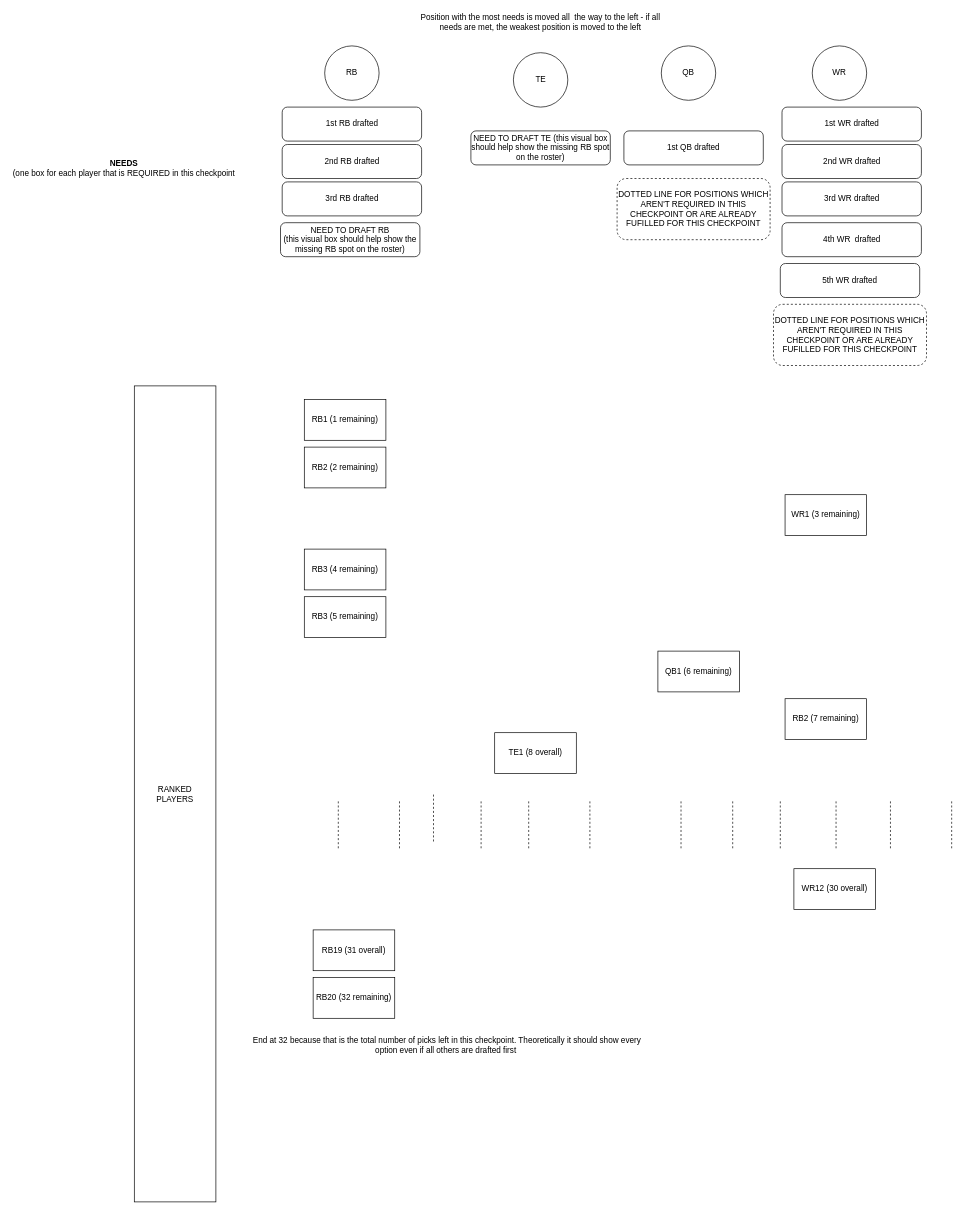
wesnicol2/odds-fantasy keeps this draw.io diagram as docs/draft-companion-planning/UI Mockups/Draft-companion-UI-mockup-last-checkpoint.drawio. Above is the earlier version. Source tidied: cells renumbered, new cells numbered last; positions are measured from the earlier drawing's top-left corner, leaving out a move shared by most shapes. Both pictures are drawn from the tidied source at 68%, with x=0, y=0 at pixel (12, 12).
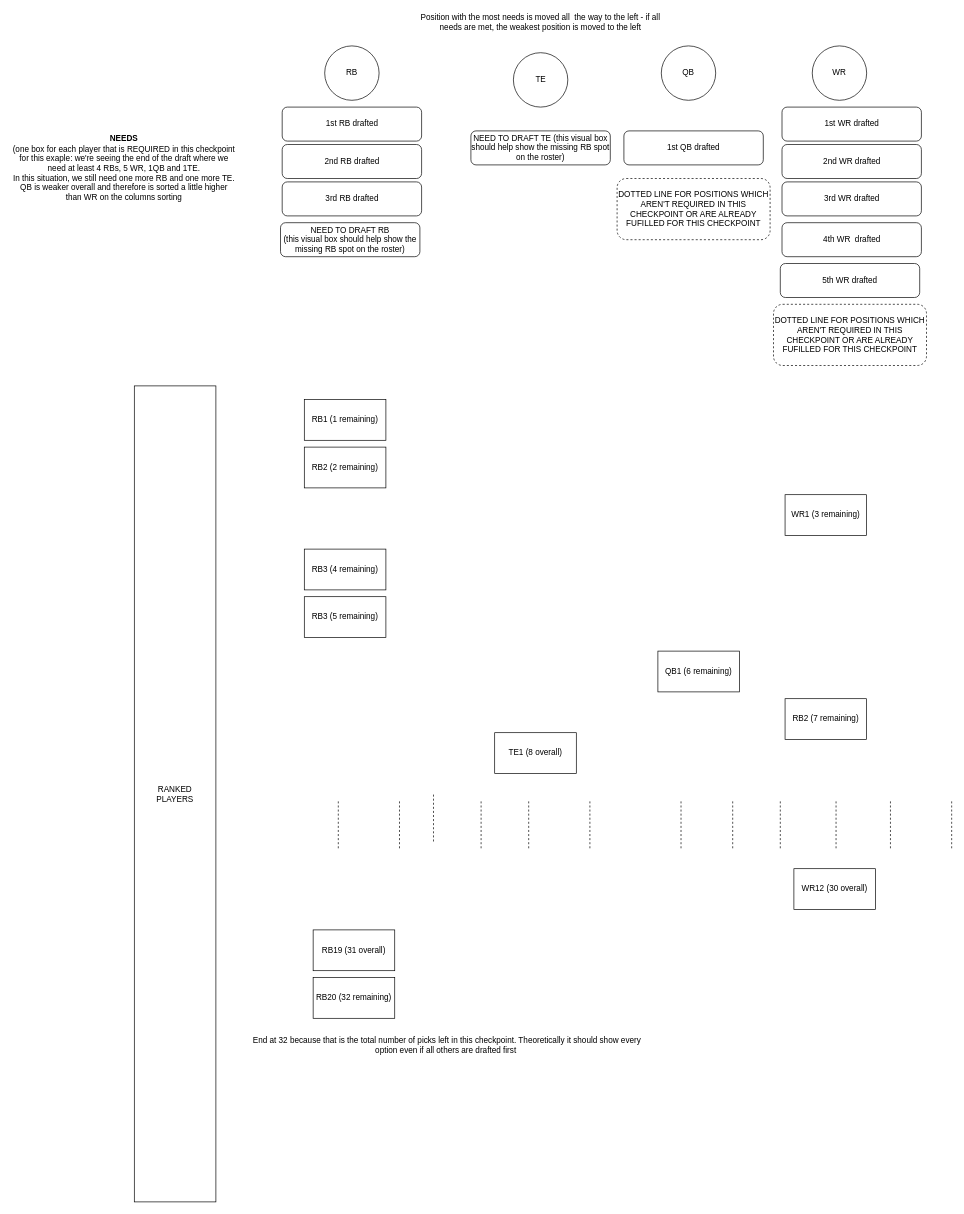
Above is the later version.

Commit message (it also covers changes not shown here):
Added draft-companion plans

Diff of the diagram source:
```diff
@@
-    <mxCell id="21" value="&lt;b&gt;NEEDS&lt;/b&gt;&lt;div&gt;(one box for each player that is REQUIRED in this checkpoint&lt;/div&gt;" style="text;html=1;whiteSpace=wrap;strokeColor=none;fillColor=none;align=center;verticalAlign=middle;rounded=0;" parent="1" vertex="1">
+    <mxCell id="21" value="&lt;b&gt;NEEDS&lt;/b&gt;&lt;div&gt;(one box for each player that is REQUIRED in this checkpoint&lt;/div&gt;&lt;div&gt;for this exaple: we're seeing the end of the draft where we need at least 4 RBs, 5 WR, 1QB and 1TE.&lt;/div&gt;&lt;div&gt;In this situation, we still need one more RB and one more TE. QB is weaker overall and therefore is sorted a little higher than WR on the columns sorting&lt;/div&gt;" style="text;html=1;whiteSpace=wrap;strokeColor=none;fillColor=none;align=center;verticalAlign=middle;rounded=0;" parent="1" vertex="1">
       <mxGeometry y="215" width="330" height="30" as="geometry" />
     </mxCell>
```
